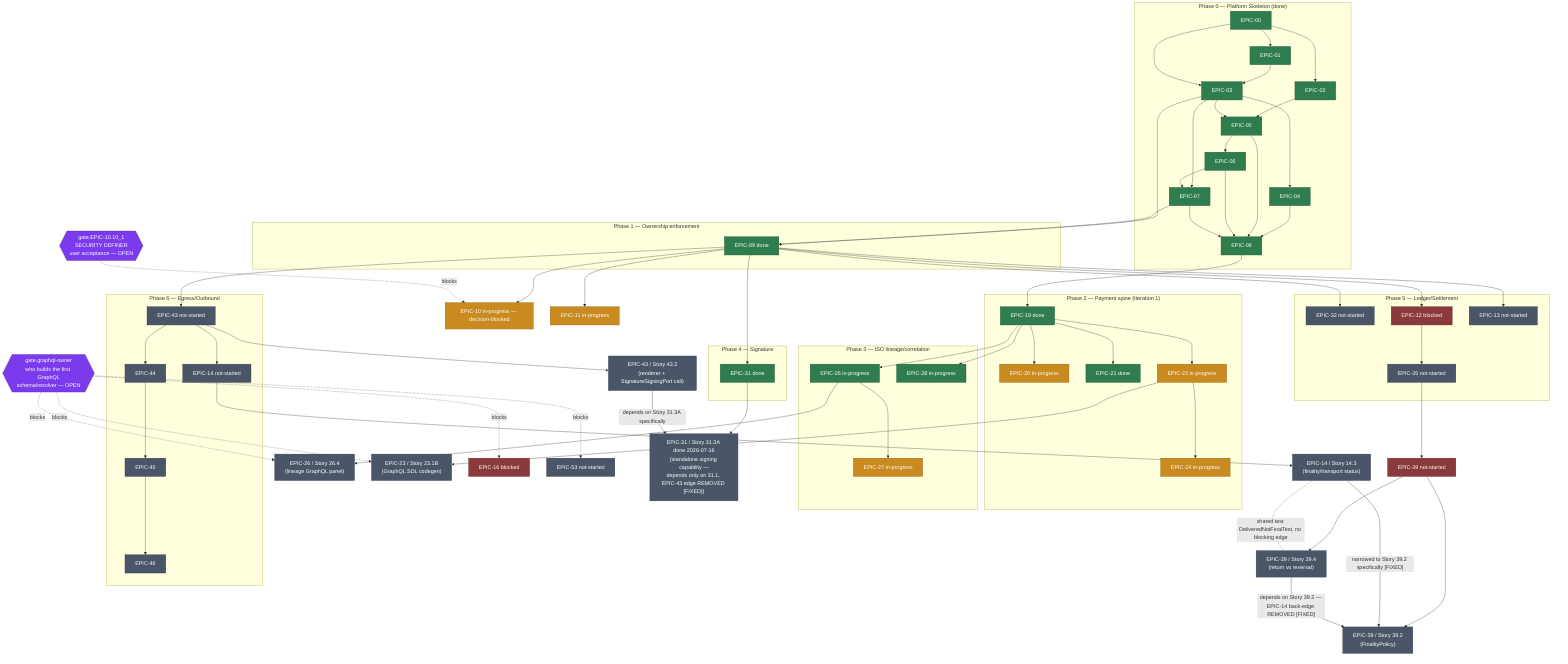
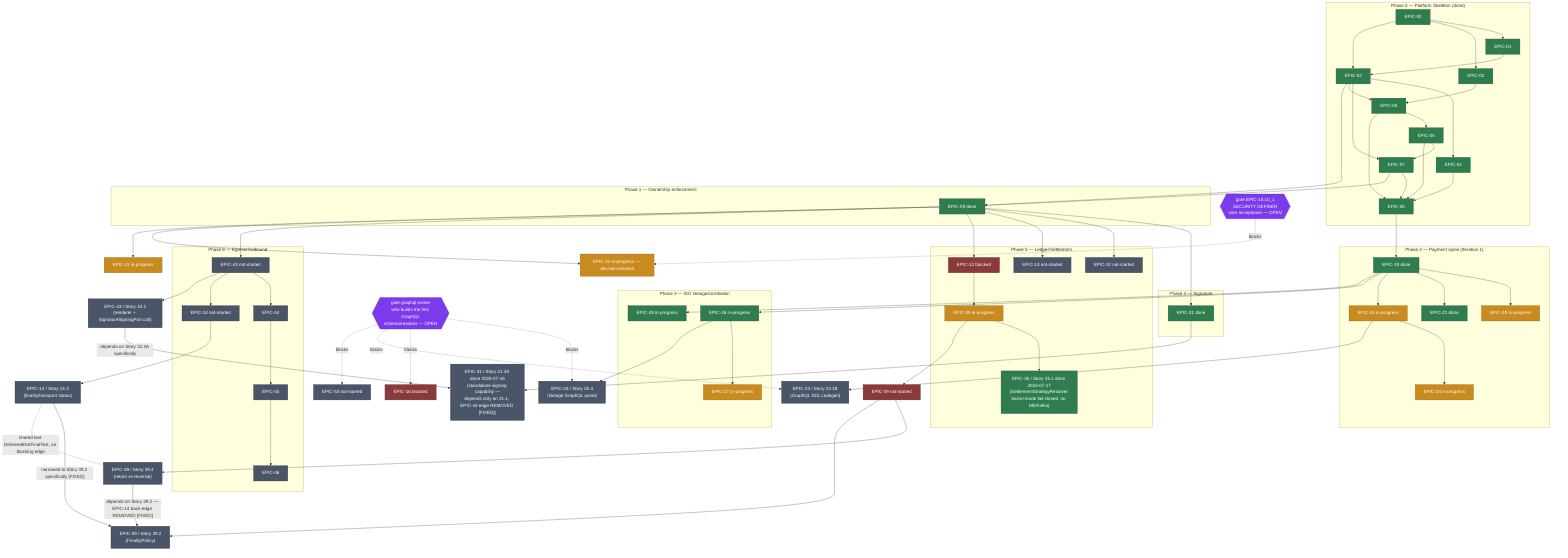
%% SEPA Nexus — capability graph (curated view)
%% Full machine graph: planning/capability-graph.json (142 nodes / 251 edges).
%% This file is a curated subgraph for human reading — phase heads, the two resolved
%% cycles, and the two open decision gates (EPIC-10 SECURITY DEFINER, GraphQL owner). It
%% is not regenerated automatically; keep it in sync by hand with capability-graph.json
%% when either changes materially.
flowchart TB

    subgraph P0["Phase 0 — Platform Skeleton (done)"]
        E00[EPIC-00] --> E01[EPIC-01] & E02[EPIC-02]
        E01 --> E03[EPIC-03]
        E00 --> E03
        E03 --> E04[EPIC-04] & E07[EPIC-07]
        E02 --> E05[EPIC-05]
        E03 --> E05
        E05 --> E06[EPIC-06]
        E06 --> E07
        E04 & E05 & E06 & E07 --> E08[EPIC-08]
    end

    subgraph P1["Phase 1 — Ownership enforcement"]
        E03 --> E09[EPIC-09 done]
        E07 --> E09
    end

    subgraph P2["Phase 2 — Payment spine (Iteration 1)"]
        E08 --> E19[EPIC-19 done]
        E19 --> E20[EPIC-20 in-progress]
        E19 --> E21[EPIC-21 done]
        E19 --> E23[EPIC-23 in-progress]
        E23 --> E24[EPIC-24 in-progress]
    end

    subgraph P3["Phase 3 — ISO lineage/correlation"]
        E19 --> E26[EPIC-26 in-progress]
        E26 --> E27[EPIC-27 in-progress]
        E19 --> E28[EPIC-28 in-progress]
    end

    %% --- GraphQL owner decision gate (added 2026-07-16) ---
    S2664["EPIC-26 / Story 26.4\n(lineage GraphQL panel)"]
    S231B["EPIC-23 / Story 23.1B\n(GraphQL SDL codegen)"]
    E26 --> S2664
    E23 --> S231B
    GQLGATE{{"gate.graphql-owner\nwho builds the first GraphQL\nschema/resolver — OPEN"}}
    GQLGATE -.blocks.-> S2664
    GQLGATE -.blocks.-> E16[EPIC-16 blocked]
    GQLGATE -.blocks.-> S231B
    GQLGATE -.blocks.-> E53[EPIC-53 not-started]

    subgraph P4["Phase 4 — Signature"]
        E09 --> E31[EPIC-31 done]
    end

    subgraph P5["Phase 5 — Ledger/Settlement"]
        E09 --> E32[EPIC-32 not-started]
-         E12[EPIC-12 blocked] --> E35[EPIC-35 not-started]
+         E12[EPIC-12 blocked] --> E35[EPIC-35 in-progress]
+         S351["EPIC-35 / Story 35.1 done 2026-07-17\n(SettlementStrategyResolver,\nbasis+mode fail-closed, no DB/Kafka)"]
+         E35 --> S351
        E09 --> E13[EPIC-13 not-started]
        E09 --> E12
    end

    subgraph P6["Phase 6 — Egress/Outbound"]
        E09 --> E43[EPIC-43 not-started]
        E43 --> E44[EPIC-44] --> E45[EPIC-45] --> E46[EPIC-46]
        E43 --> E14[EPIC-14 not-started]
    end

    %% Ownership graph (EPIC-09) fans out to most other Phase-1 epics
    E09 --> E10[EPIC-10 in-progress — decision-blocked]
    E09 --> E11[EPIC-11 in-progress]

    %% --- EPIC-10 decision gate ---
    GATE{{"gate.EPIC-10.10_1\nSECURITY DEFINER\nuser acceptance — OPEN"}}
    GATE -.blocks.-> E10

    %% --- Cycle 1 (H1, signature <-> egress) — FIXED 2026-07-16 ---
    S313A["EPIC-31 / Story 31.3A done 2026-07-16\n(standalone signing capability —\ndepends only on 31.1, EPIC-43 edge REMOVED [FIXED])"]
    S432["EPIC-43 / Story 43.2\n(renderer + SignatureSigningPort call)"]
    E31 --> S313A
    E43 --> S432
    S432 -- "depends on Story 31.3A specifically" --> S313A

    %% --- Cycle 2 (discovered incidentally, same shape) — FIXED 2026-07-16 ---
    S143["EPIC-14 / Story 14.3\n(finality/transport status)"]
    S394["EPIC-39 / Story 39.4\n(return vs reversal)"]
    S392["EPIC-39 / Story 39.2\n(FinalityPolicy)"]
    E14 --> S143
    E39[EPIC-39 not-started] --> S394
    E39 --> S392
    E35 --> E39
    S143 -- "narrowed to Story 39.2 specifically [FIXED]" --> S392
    S394 -- "depends on Story 39.2 — EPIC-14 back-edge REMOVED [FIXED]" --> S392
    S143 -. "shared test DeliveredNotFinalTest, no blocking edge" .- S394

    classDef done fill:#2f7d4f,color:#fff,stroke:#1e5236
    classDef inprogress fill:#c98a1f,color:#fff,stroke:#8a5e12
    classDef blocked fill:#8a3a3a,color:#fff,stroke:#5c2626
    classDef notstarted fill:#4a5568,color:#fff,stroke:#2d3748
    classDef gate fill:#7c3aed,color:#fff,stroke:#4c1d95

-     class E00,E01,E02,E03,E04,E05,E06,E07,E08,E09,E19,E21,E26,E31,E28 done
-     class E10,E11,E20,E23,E24,E27 inprogress
+     class E00,E01,E02,E03,E04,E05,E06,E07,E08,E09,E19,E21,E26,E31,E28,S351 done
+     class E10,E11,E20,E23,E24,E27,E35 inprogress
    class E12,E39,E16 blocked
-     class E13,E14,E32,E35,E43,E44,E45,E46,E53,S313A,S432,S143,S394,S392,S2664,S231B notstarted
+     class E13,E14,E32,E43,E44,E45,E46,E53,S313A,S432,S143,S394,S392,S2664,S231B notstarted
    class GATE,GQLGATE gate
